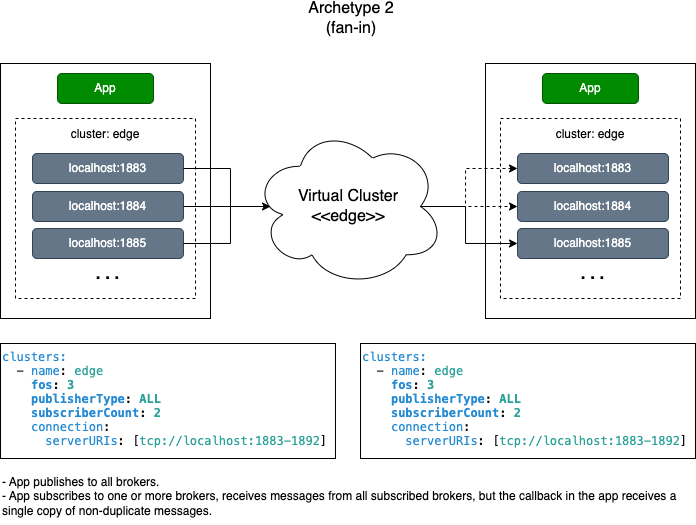
Before: images/mqtt-archetype2.drawio.png, a diagram exported from draw.io (padogrid/bundle-mosquitto-tutorial-virtual-clusters). Source tidied: cells renumbered, new cells last; positions are measured from the earlier drawing's top-left corner, leaving out a move shared by most shapes.
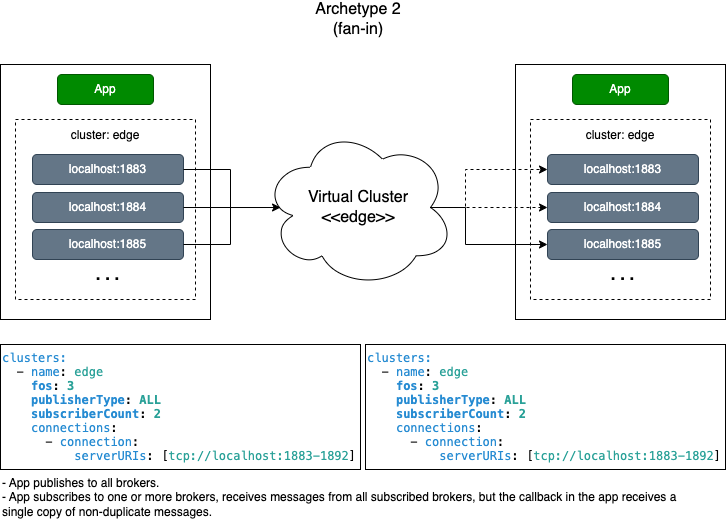
The same file after the commit.

Change to the diagram source:
```diff
@@ -3,7 +3,7 @@
     <mxCell id="0" />
     <mxCell id="1" parent="0" />
     <mxCell id="2" style="group;" parent="1" vertex="1">
-      <mxGeometry x="485" y="60" width="210" height="255" as="geometry" />
+      <mxGeometry x="515" y="60" width="210" height="255" as="geometry" />
     </mxCell>
     <mxCell id="3" style="rounded=0;whiteSpace=wrap;html=1;strokeColor=default;" parent="2" vertex="1">
       <mxGeometry width="210" height="255" as="geometry" />
@@ -26,17 +26,17 @@
     <mxCell id="9" value=". . ." style="text;html=1;strokeColor=none;fillColor=none;align=center;verticalAlign=middle;whiteSpace=wrap;rounded=0;fontSize=17;fontColor=#000000;fontStyle=1;" parent="2" vertex="1">
       <mxGeometry x="75" y="190" width="65" height="40" as="geometry" />
     </mxCell>
-    <mxCell id="10" value="&lt;p style=&quot;margin: 0px; font-variant-numeric: normal; font-variant-east-asian: normal; font-stretch: normal; line-height: normal; font-family: Menlo; color: rgb(38, 139, 210);&quot; class=&quot;p1&quot;&gt;&lt;font style=&quot;font-size: 12px;&quot;&gt;clusters:&lt;/font&gt;&lt;/p&gt;&lt;p style=&quot;margin: 0px; font-variant-numeric: normal; font-variant-east-asian: normal; font-stretch: normal; line-height: normal; font-family: Menlo;&quot; class=&quot;p2&quot;&gt;&lt;font style=&quot;font-size: 12px;&quot;&gt;&lt;span class=&quot;Apple-converted-space&quot;&gt;&amp;nbsp; &lt;/span&gt;- &lt;span style=&quot;color: rgb(38, 139, 210);&quot; class=&quot;s2&quot;&gt;name&lt;/span&gt;: &lt;span style=&quot;color: rgb(42, 161, 152);&quot; class=&quot;s3&quot;&gt;edge&lt;/span&gt;&lt;/font&gt;&lt;/p&gt;&lt;p style=&quot;margin: 0px; font-variant-numeric: normal; font-variant-east-asian: normal; font-stretch: normal; line-height: normal; font-family: Menlo;&quot; class=&quot;p2&quot;&gt;&lt;font style=&quot;font-size: 12px;&quot;&gt;&lt;span style=&quot;color: rgb(42, 161, 152);&quot; class=&quot;s3&quot;&gt;&lt;/span&gt;&lt;/font&gt;&lt;/p&gt;&lt;p style=&quot;border-color: var(--border-color); font-variant-numeric: normal; font-variant-east-asian: normal; font-stretch: normal; line-height: normal; font-family: Menlo; margin: 0px;&quot; class=&quot;p2&quot;&gt;&lt;font style=&quot;border-color: var(--border-color);&quot;&gt;&lt;b&gt;&amp;nbsp; &amp;nbsp;&amp;nbsp;&lt;span style=&quot;border-color: var(--border-color); color: rgb(38, 139, 210);&quot; class=&quot;s2&quot;&gt;fos&lt;/span&gt;: &lt;font style=&quot;&quot; color=&quot;#2aa198&quot;&gt;3&lt;/font&gt;&lt;/b&gt;&lt;/font&gt;&lt;/p&gt;&lt;p style=&quot;border-color: var(--border-color); font-variant-numeric: normal; font-variant-east-asian: normal; font-stretch: normal; line-height: normal; font-family: Menlo; margin: 0px;&quot; class=&quot;p2&quot;&gt;&lt;font style=&quot;border-color: var(--border-color);&quot;&gt;&lt;b&gt;&lt;span style=&quot;border-color: var(--border-color); color: rgb(42, 161, 152);&quot; class=&quot;s3&quot;&gt;&lt;/span&gt;&lt;/b&gt;&lt;/font&gt;&lt;/p&gt;&lt;p style=&quot;border-color: var(--border-color); font-variant-numeric: normal; font-variant-east-asian: normal; font-stretch: normal; line-height: normal; font-family: Menlo; margin: 0px;&quot; class=&quot;p2&quot;&gt;&lt;span style=&quot;background-color: initial;&quot;&gt;&lt;b&gt;&amp;nbsp; &amp;nbsp;&amp;nbsp;&lt;span style=&quot;border-color: var(--border-color); color: rgb(38, 139, 210);&quot; class=&quot;s2&quot;&gt;publisherType&lt;/span&gt;:&amp;nbsp;&lt;span style=&quot;border-color: var(--border-color); color: rgb(42, 161, 152);&quot; class=&quot;s3&quot;&gt;ALL&lt;/span&gt;&lt;/b&gt;&lt;/span&gt;&lt;/p&gt;&lt;p style=&quot;border-color: var(--border-color); font-variant-numeric: normal; font-variant-east-asian: normal; font-stretch: normal; line-height: normal; font-family: Menlo; margin: 0px;&quot; class=&quot;p2&quot;&gt;&lt;b&gt;&lt;span style=&quot;border-color: var(--border-color);&quot; class=&quot;s2&quot;&gt;&amp;nbsp; &amp;nbsp;&amp;nbsp;&lt;/span&gt;&lt;span style=&quot;border-color: var(--border-color); color: rgb(38, 139, 210);&quot; class=&quot;s2&quot;&gt;subscriberCount&lt;/span&gt;:&amp;nbsp;&lt;span style=&quot;border-color: var(--border-color); color: rgb(42, 161, 152);&quot; class=&quot;s3&quot;&gt;2&lt;/span&gt;&lt;/b&gt;&lt;/p&gt;&lt;p style=&quot;margin: 0px; font-variant-numeric: normal; font-variant-east-asian: normal; font-stretch: normal; line-height: normal; font-family: Menlo; color: rgb(38, 139, 210);&quot; class=&quot;p1&quot;&gt;&lt;font style=&quot;font-size: 12px;&quot;&gt;&lt;span style=&quot;color: rgb(0, 0, 0);&quot; class=&quot;s1&quot;&gt;&amp;nbsp; &amp;nbsp; &lt;/span&gt;connection&lt;span style=&quot;color: rgb(0, 0, 0);&quot; class=&quot;s1&quot;&gt;:&lt;/span&gt;&lt;/font&gt;&lt;/p&gt;&lt;p style=&quot;margin: 0px; font-variant-numeric: normal; font-variant-east-asian: normal; font-stretch: normal; line-height: normal; font-family: Menlo; color: rgb(42, 161, 152);&quot; class=&quot;p3&quot;&gt;&lt;font style=&quot;font-size: 12px;&quot;&gt;&lt;span style=&quot;color: rgb(0, 0, 0);&quot; class=&quot;s1&quot;&gt;&amp;nbsp; &amp;nbsp; &amp;nbsp; &lt;/span&gt;&lt;span style=&quot;color: rgb(38, 139, 210);&quot; class=&quot;s2&quot;&gt;serverURIs&lt;/span&gt;&lt;span style=&quot;color: rgb(0, 0, 0);&quot; class=&quot;s1&quot;&gt;: [&lt;/span&gt;tcp://localhost:1883-1892&lt;span style=&quot;color: rgb(0, 0, 0);&quot; class=&quot;s1&quot;&gt;]&lt;/span&gt;&lt;/font&gt;&lt;/p&gt;" style="text;html=1;strokeColor=default;fillColor=none;align=left;verticalAlign=top;whiteSpace=wrap;rounded=0;fontSize=12;fontColor=#000000;" parent="1" vertex="1">
-      <mxGeometry y="340" width="335" height="115" as="geometry" />
+    <mxCell id="10" value="&lt;p style=&quot;margin: 0px; font-variant-numeric: normal; font-variant-east-asian: normal; font-stretch: normal; line-height: normal; font-family: Menlo; color: rgb(38, 139, 210);&quot; class=&quot;p1&quot;&gt;&lt;font style=&quot;font-size: 12px;&quot;&gt;clusters:&lt;/font&gt;&lt;/p&gt;&lt;p style=&quot;margin: 0px; font-variant-numeric: normal; font-variant-east-asian: normal; font-stretch: normal; line-height: normal; font-family: Menlo;&quot; class=&quot;p2&quot;&gt;&lt;font style=&quot;font-size: 12px;&quot;&gt;&lt;span class=&quot;Apple-converted-space&quot;&gt;&amp;nbsp; &lt;/span&gt;- &lt;span style=&quot;color: rgb(38, 139, 210);&quot; class=&quot;s2&quot;&gt;name&lt;/span&gt;: &lt;span style=&quot;color: rgb(42, 161, 152);&quot; class=&quot;s3&quot;&gt;edge&lt;/span&gt;&lt;/font&gt;&lt;/p&gt;&lt;p style=&quot;margin: 0px; font-variant-numeric: normal; font-variant-east-asian: normal; font-stretch: normal; line-height: normal; font-family: Menlo;&quot; class=&quot;p2&quot;&gt;&lt;font style=&quot;font-size: 12px;&quot;&gt;&lt;span style=&quot;color: rgb(42, 161, 152);&quot; class=&quot;s3&quot;&gt;&lt;/span&gt;&lt;/font&gt;&lt;/p&gt;&lt;p style=&quot;border-color: var(--border-color); font-variant-numeric: normal; font-variant-east-asian: normal; font-stretch: normal; line-height: normal; font-family: Menlo; margin: 0px;&quot; class=&quot;p2&quot;&gt;&lt;font style=&quot;border-color: var(--border-color);&quot;&gt;&lt;b&gt;&amp;nbsp; &amp;nbsp;&amp;nbsp;&lt;span style=&quot;border-color: var(--border-color); color: rgb(38, 139, 210);&quot; class=&quot;s2&quot;&gt;fos&lt;/span&gt;: &lt;font style=&quot;&quot; color=&quot;#2aa198&quot;&gt;3&lt;/font&gt;&lt;/b&gt;&lt;/font&gt;&lt;/p&gt;&lt;p style=&quot;border-color: var(--border-color); font-variant-numeric: normal; font-variant-east-asian: normal; font-stretch: normal; line-height: normal; font-family: Menlo; margin: 0px;&quot; class=&quot;p2&quot;&gt;&lt;font style=&quot;border-color: var(--border-color);&quot;&gt;&lt;b&gt;&lt;span style=&quot;border-color: var(--border-color); color: rgb(42, 161, 152);&quot; class=&quot;s3&quot;&gt;&lt;/span&gt;&lt;/b&gt;&lt;/font&gt;&lt;/p&gt;&lt;p style=&quot;border-color: var(--border-color); font-variant-numeric: normal; font-variant-east-asian: normal; font-stretch: normal; line-height: normal; font-family: Menlo; margin: 0px;&quot; class=&quot;p2&quot;&gt;&lt;span style=&quot;background-color: initial;&quot;&gt;&lt;b&gt;&amp;nbsp; &amp;nbsp;&amp;nbsp;&lt;span style=&quot;border-color: var(--border-color); color: rgb(38, 139, 210);&quot; class=&quot;s2&quot;&gt;publisherType&lt;/span&gt;:&amp;nbsp;&lt;span style=&quot;border-color: var(--border-color); color: rgb(42, 161, 152);&quot; class=&quot;s3&quot;&gt;ALL&lt;/span&gt;&lt;/b&gt;&lt;/span&gt;&lt;/p&gt;&lt;p style=&quot;border-color: var(--border-color); font-variant-numeric: normal; font-variant-east-asian: normal; font-stretch: normal; line-height: normal; font-family: Menlo; margin: 0px;&quot; class=&quot;p2&quot;&gt;&lt;b&gt;&lt;span style=&quot;border-color: var(--border-color);&quot; class=&quot;s2&quot;&gt;&amp;nbsp; &amp;nbsp;&amp;nbsp;&lt;/span&gt;&lt;span style=&quot;border-color: var(--border-color); color: rgb(38, 139, 210);&quot; class=&quot;s2&quot;&gt;subscriberCount&lt;/span&gt;:&amp;nbsp;&lt;span style=&quot;border-color: var(--border-color); color: rgb(42, 161, 152);&quot; class=&quot;s3&quot;&gt;2&lt;/span&gt;&lt;/b&gt;&lt;/p&gt;&lt;p style=&quot;border-color: var(--border-color); font-variant-numeric: normal; font-variant-east-asian: normal; font-stretch: normal; line-height: normal; font-family: Menlo; margin: 0px;&quot; class=&quot;p2&quot;&gt;&amp;nbsp; &amp;nbsp;&amp;nbsp;&lt;span style=&quot;color: rgb(38, 139, 210);&quot;&gt;connections&lt;/span&gt;&lt;span style=&quot;border-color: var(--border-color);&quot; class=&quot;s1&quot;&gt;:&lt;/span&gt;&lt;b&gt;&lt;span style=&quot;border-color: var(--border-color); color: rgb(42, 161, 152);&quot; class=&quot;s3&quot;&gt;&lt;br&gt;&lt;/span&gt;&lt;/b&gt;&lt;/p&gt;&lt;p style=&quot;margin: 0px; font-variant-numeric: normal; font-variant-east-asian: normal; font-stretch: normal; line-height: normal; font-family: Menlo; color: rgb(38, 139, 210);&quot; class=&quot;p1&quot;&gt;&lt;font style=&quot;font-size: 12px;&quot;&gt;&lt;span style=&quot;color: rgb(0, 0, 0);&quot; class=&quot;s1&quot;&gt;&amp;nbsp; &amp;nbsp; &amp;nbsp; -&amp;nbsp;&lt;/span&gt;connection&lt;span style=&quot;color: rgb(0, 0, 0);&quot; class=&quot;s1&quot;&gt;:&lt;/span&gt;&lt;/font&gt;&lt;/p&gt;&lt;p style=&quot;margin: 0px; font-variant-numeric: normal; font-variant-east-asian: normal; font-stretch: normal; line-height: normal; font-family: Menlo; color: rgb(42, 161, 152);&quot; class=&quot;p3&quot;&gt;&lt;font style=&quot;font-size: 12px;&quot;&gt;&lt;span style=&quot;color: rgb(0, 0, 0);&quot; class=&quot;s1&quot;&gt;&amp;nbsp; &amp;nbsp; &amp;nbsp; &amp;nbsp; &amp;nbsp;&amp;nbsp;&lt;/span&gt;&lt;span style=&quot;color: rgb(38, 139, 210);&quot; class=&quot;s2&quot;&gt;serverURIs&lt;/span&gt;&lt;span style=&quot;color: rgb(0, 0, 0);&quot; class=&quot;s1&quot;&gt;: [&lt;/span&gt;tcp://localhost:1883-1892&lt;span style=&quot;color: rgb(0, 0, 0);&quot; class=&quot;s1&quot;&gt;]&lt;/span&gt;&lt;/font&gt;&lt;/p&gt;" style="text;html=1;strokeColor=default;fillColor=none;align=left;verticalAlign=top;whiteSpace=wrap;rounded=0;fontSize=12;fontColor=#000000;" parent="1" vertex="1">
+      <mxGeometry y="340" width="360" height="125" as="geometry" />
     </mxCell>
     <mxCell id="11" style="edgeStyle=orthogonalEdgeStyle;rounded=0;jettySize=auto;html=1;entryX=0;entryY=0.5;entryDx=0;entryDy=0;dashed=1;fontSize=16;fontColor=#000000;startArrow=none;startFill=0;endArrow=classic;endFill=1;exitX=0.875;exitY=0.5;exitDx=0;exitDy=0;exitPerimeter=0;" parent="1" edge="1" source="12" target="7">
       <mxGeometry relative="1" as="geometry" />
     </mxCell>
     <mxCell id="12" value="Virtual Cluster&lt;br&gt;&amp;lt;&amp;lt;edge&amp;gt;&amp;gt;" style="ellipse;shape=cloud;whiteSpace=wrap;html=1;fontSize=16;verticalAlign=middle;" parent="1" vertex="1">
-      <mxGeometry x="252" y="122.5" width="192" height="161" as="geometry" />
+      <mxGeometry x="262" y="122.5" width="192" height="161" as="geometry" />
     </mxCell>
     <mxCell id="13" value="Archetype 2&lt;br&gt;(fan-in)" style="text;html=1;strokeColor=none;fillColor=none;align=center;verticalAlign=middle;whiteSpace=wrap;rounded=0;fontSize=16;fontColor=#000000;" parent="1" vertex="1">
-      <mxGeometry x="191" width="320" height="30" as="geometry" />
+      <mxGeometry x="198" width="320" height="30" as="geometry" />
     </mxCell>
     <mxCell id="14" value="- App publishes to all brokers.&amp;nbsp;&lt;br&gt;- App subscribes to one or more brokers, receives messages from all subscribed brokers, but the callback in the app receives a single copy of non-duplicate messages." style="text;html=1;strokeColor=none;fillColor=none;align=left;verticalAlign=top;whiteSpace=wrap;rounded=0;fontSize=12;fontColor=#000000;" parent="1" vertex="1">
       <mxGeometry y="465" width="690" height="55" as="geometry" />
@@ -65,8 +65,8 @@
     <mxCell id="22" value=". . ." style="text;html=1;strokeColor=none;fillColor=none;align=center;verticalAlign=middle;whiteSpace=wrap;rounded=0;fontSize=17;fontColor=#000000;fontStyle=1;" parent="15" vertex="1">
       <mxGeometry x="75" y="190" width="65" height="40" as="geometry" />
     </mxCell>
-    <mxCell id="23" value="&lt;p style=&quot;margin: 0px; font-variant-numeric: normal; font-variant-east-asian: normal; font-stretch: normal; line-height: normal; font-family: Menlo; color: rgb(38, 139, 210);&quot; class=&quot;p1&quot;&gt;&lt;font style=&quot;font-size: 12px;&quot;&gt;clusters:&lt;/font&gt;&lt;/p&gt;&lt;p style=&quot;margin: 0px; font-variant-numeric: normal; font-variant-east-asian: normal; font-stretch: normal; line-height: normal; font-family: Menlo;&quot; class=&quot;p2&quot;&gt;&lt;font style=&quot;font-size: 12px;&quot;&gt;&lt;span class=&quot;Apple-converted-space&quot;&gt;&amp;nbsp; &lt;/span&gt;- &lt;span style=&quot;color: rgb(38, 139, 210);&quot; class=&quot;s2&quot;&gt;name&lt;/span&gt;: &lt;span style=&quot;color: rgb(42, 161, 152);&quot; class=&quot;s3&quot;&gt;edge&lt;/span&gt;&lt;/font&gt;&lt;/p&gt;&lt;p style=&quot;margin: 0px; font-variant-numeric: normal; font-variant-east-asian: normal; font-stretch: normal; line-height: normal; font-family: Menlo;&quot; class=&quot;p2&quot;&gt;&lt;font style=&quot;font-size: 12px;&quot;&gt;&lt;span style=&quot;color: rgb(42, 161, 152);&quot; class=&quot;s3&quot;&gt;&lt;/span&gt;&lt;/font&gt;&lt;/p&gt;&lt;p style=&quot;border-color: var(--border-color); font-variant-numeric: normal; font-variant-east-asian: normal; font-stretch: normal; line-height: normal; font-family: Menlo; margin: 0px;&quot; class=&quot;p2&quot;&gt;&lt;font style=&quot;border-color: var(--border-color);&quot;&gt;&lt;b&gt;&amp;nbsp; &amp;nbsp;&amp;nbsp;&lt;span style=&quot;border-color: var(--border-color); color: rgb(38, 139, 210);&quot; class=&quot;s2&quot;&gt;fos&lt;/span&gt;: &lt;font style=&quot;&quot; color=&quot;#2aa198&quot;&gt;3&lt;/font&gt;&lt;/b&gt;&lt;/font&gt;&lt;/p&gt;&lt;p style=&quot;border-color: var(--border-color); font-variant-numeric: normal; font-variant-east-asian: normal; font-stretch: normal; line-height: normal; font-family: Menlo; margin: 0px;&quot; class=&quot;p2&quot;&gt;&lt;font style=&quot;border-color: var(--border-color);&quot;&gt;&lt;b&gt;&lt;span style=&quot;border-color: var(--border-color); color: rgb(42, 161, 152);&quot; class=&quot;s3&quot;&gt;&lt;/span&gt;&lt;/b&gt;&lt;/font&gt;&lt;/p&gt;&lt;p style=&quot;border-color: var(--border-color); font-variant-numeric: normal; font-variant-east-asian: normal; font-stretch: normal; line-height: normal; font-family: Menlo; margin: 0px;&quot; class=&quot;p2&quot;&gt;&lt;span style=&quot;background-color: initial;&quot;&gt;&lt;b&gt;&amp;nbsp; &amp;nbsp;&amp;nbsp;&lt;span style=&quot;border-color: var(--border-color); color: rgb(38, 139, 210);&quot; class=&quot;s2&quot;&gt;publisherType&lt;/span&gt;:&amp;nbsp;&lt;span style=&quot;border-color: var(--border-color); color: rgb(42, 161, 152);&quot; class=&quot;s3&quot;&gt;ALL&lt;/span&gt;&lt;/b&gt;&lt;/span&gt;&lt;/p&gt;&lt;p style=&quot;border-color: var(--border-color); font-variant-numeric: normal; font-variant-east-asian: normal; font-stretch: normal; line-height: normal; font-family: Menlo; margin: 0px;&quot; class=&quot;p2&quot;&gt;&lt;b&gt;&lt;span style=&quot;border-color: var(--border-color);&quot; class=&quot;s2&quot;&gt;&amp;nbsp; &amp;nbsp;&amp;nbsp;&lt;/span&gt;&lt;span style=&quot;border-color: var(--border-color); color: rgb(38, 139, 210);&quot; class=&quot;s2&quot;&gt;subscriberCount&lt;/span&gt;:&amp;nbsp;&lt;span style=&quot;border-color: var(--border-color); color: rgb(42, 161, 152);&quot; class=&quot;s3&quot;&gt;2&lt;/span&gt;&lt;/b&gt;&lt;/p&gt;&lt;p style=&quot;margin: 0px; font-variant-numeric: normal; font-variant-east-asian: normal; font-stretch: normal; line-height: normal; font-family: Menlo; color: rgb(38, 139, 210);&quot; class=&quot;p1&quot;&gt;&lt;font style=&quot;font-size: 12px;&quot;&gt;&lt;span style=&quot;color: rgb(0, 0, 0);&quot; class=&quot;s1&quot;&gt;&amp;nbsp; &amp;nbsp; &lt;/span&gt;connection&lt;span style=&quot;color: rgb(0, 0, 0);&quot; class=&quot;s1&quot;&gt;:&lt;/span&gt;&lt;/font&gt;&lt;/p&gt;&lt;p style=&quot;margin: 0px; font-variant-numeric: normal; font-variant-east-asian: normal; font-stretch: normal; line-height: normal; font-family: Menlo; color: rgb(42, 161, 152);&quot; class=&quot;p3&quot;&gt;&lt;font style=&quot;font-size: 12px;&quot;&gt;&lt;span style=&quot;color: rgb(0, 0, 0);&quot; class=&quot;s1&quot;&gt;&amp;nbsp; &amp;nbsp; &amp;nbsp; &lt;/span&gt;&lt;span style=&quot;color: rgb(38, 139, 210);&quot; class=&quot;s2&quot;&gt;serverURIs&lt;/span&gt;&lt;span style=&quot;color: rgb(0, 0, 0);&quot; class=&quot;s1&quot;&gt;: [&lt;/span&gt;tcp://localhost:1883-1892&lt;span style=&quot;color: rgb(0, 0, 0);&quot; class=&quot;s1&quot;&gt;]&lt;/span&gt;&lt;/font&gt;&lt;/p&gt;" style="text;html=1;strokeColor=default;fillColor=none;align=left;verticalAlign=top;whiteSpace=wrap;rounded=0;fontSize=12;fontColor=#000000;" parent="1" vertex="1">
-      <mxGeometry x="360" y="340" width="335" height="115" as="geometry" />
+    <mxCell id="23" value="&lt;p style=&quot;margin: 0px; font-variant-numeric: normal; font-variant-east-asian: normal; font-stretch: normal; line-height: normal; font-family: Menlo; color: rgb(38, 139, 210);&quot; class=&quot;p1&quot;&gt;&lt;font style=&quot;font-size: 12px;&quot;&gt;clusters:&lt;/font&gt;&lt;/p&gt;&lt;p style=&quot;margin: 0px; font-variant-numeric: normal; font-variant-east-asian: normal; font-stretch: normal; line-height: normal; font-family: Menlo;&quot; class=&quot;p2&quot;&gt;&lt;font style=&quot;font-size: 12px;&quot;&gt;&lt;span class=&quot;Apple-converted-space&quot;&gt;&amp;nbsp; &lt;/span&gt;- &lt;span style=&quot;color: rgb(38, 139, 210);&quot; class=&quot;s2&quot;&gt;name&lt;/span&gt;: &lt;span style=&quot;color: rgb(42, 161, 152);&quot; class=&quot;s3&quot;&gt;edge&lt;/span&gt;&lt;/font&gt;&lt;/p&gt;&lt;p style=&quot;margin: 0px; font-variant-numeric: normal; font-variant-east-asian: normal; font-stretch: normal; line-height: normal; font-family: Menlo;&quot; class=&quot;p2&quot;&gt;&lt;font style=&quot;font-size: 12px;&quot;&gt;&lt;span style=&quot;color: rgb(42, 161, 152);&quot; class=&quot;s3&quot;&gt;&lt;/span&gt;&lt;/font&gt;&lt;/p&gt;&lt;p style=&quot;border-color: var(--border-color); font-variant-numeric: normal; font-variant-east-asian: normal; font-stretch: normal; line-height: normal; font-family: Menlo; margin: 0px;&quot; class=&quot;p2&quot;&gt;&lt;font style=&quot;border-color: var(--border-color);&quot;&gt;&lt;b&gt;&amp;nbsp; &amp;nbsp;&amp;nbsp;&lt;span style=&quot;border-color: var(--border-color); color: rgb(38, 139, 210);&quot; class=&quot;s2&quot;&gt;fos&lt;/span&gt;: &lt;font style=&quot;&quot; color=&quot;#2aa198&quot;&gt;3&lt;/font&gt;&lt;/b&gt;&lt;/font&gt;&lt;/p&gt;&lt;p style=&quot;border-color: var(--border-color); font-variant-numeric: normal; font-variant-east-asian: normal; font-stretch: normal; line-height: normal; font-family: Menlo; margin: 0px;&quot; class=&quot;p2&quot;&gt;&lt;font style=&quot;border-color: var(--border-color);&quot;&gt;&lt;b&gt;&lt;span style=&quot;border-color: var(--border-color); color: rgb(42, 161, 152);&quot; class=&quot;s3&quot;&gt;&lt;/span&gt;&lt;/b&gt;&lt;/font&gt;&lt;/p&gt;&lt;p style=&quot;border-color: var(--border-color); font-variant-numeric: normal; font-variant-east-asian: normal; font-stretch: normal; line-height: normal; font-family: Menlo; margin: 0px;&quot; class=&quot;p2&quot;&gt;&lt;span style=&quot;background-color: initial;&quot;&gt;&lt;b&gt;&amp;nbsp; &amp;nbsp;&amp;nbsp;&lt;span style=&quot;border-color: var(--border-color); color: rgb(38, 139, 210);&quot; class=&quot;s2&quot;&gt;publisherType&lt;/span&gt;:&amp;nbsp;&lt;span style=&quot;border-color: var(--border-color); color: rgb(42, 161, 152);&quot; class=&quot;s3&quot;&gt;ALL&lt;/span&gt;&lt;/b&gt;&lt;/span&gt;&lt;/p&gt;&lt;p style=&quot;border-color: var(--border-color); font-variant-numeric: normal; font-variant-east-asian: normal; font-stretch: normal; line-height: normal; font-family: Menlo; margin: 0px;&quot; class=&quot;p2&quot;&gt;&lt;b&gt;&lt;span style=&quot;border-color: var(--border-color);&quot; class=&quot;s2&quot;&gt;&amp;nbsp; &amp;nbsp;&amp;nbsp;&lt;/span&gt;&lt;span style=&quot;border-color: var(--border-color); color: rgb(38, 139, 210);&quot; class=&quot;s2&quot;&gt;subscriberCount&lt;/span&gt;:&amp;nbsp;&lt;span style=&quot;border-color: var(--border-color); color: rgb(42, 161, 152);&quot; class=&quot;s3&quot;&gt;2&lt;/span&gt;&lt;/b&gt;&lt;/p&gt;&lt;p style=&quot;border-color: var(--border-color); font-variant-numeric: normal; font-variant-east-asian: normal; font-stretch: normal; line-height: normal; font-family: Menlo; margin: 0px;&quot; class=&quot;p2&quot;&gt;&amp;nbsp; &amp;nbsp;&amp;nbsp;&lt;span style=&quot;color: rgb(38, 139, 210);&quot;&gt;connections&lt;/span&gt;&lt;span style=&quot;border-color: var(--border-color);&quot; class=&quot;s1&quot;&gt;:&lt;/span&gt;&lt;b&gt;&lt;span style=&quot;border-color: var(--border-color); color: rgb(42, 161, 152);&quot; class=&quot;s3&quot;&gt;&lt;br&gt;&lt;/span&gt;&lt;/b&gt;&lt;/p&gt;&lt;p style=&quot;margin: 0px; font-variant-numeric: normal; font-variant-east-asian: normal; font-stretch: normal; line-height: normal; font-family: Menlo; color: rgb(38, 139, 210);&quot; class=&quot;p1&quot;&gt;&lt;font style=&quot;font-size: 12px;&quot;&gt;&lt;span style=&quot;color: rgb(0, 0, 0);&quot; class=&quot;s1&quot;&gt;&amp;nbsp; &amp;nbsp; &amp;nbsp; -&amp;nbsp;&lt;/span&gt;connection&lt;span style=&quot;color: rgb(0, 0, 0);&quot; class=&quot;s1&quot;&gt;:&lt;/span&gt;&lt;/font&gt;&lt;/p&gt;&lt;p style=&quot;margin: 0px; font-variant-numeric: normal; font-variant-east-asian: normal; font-stretch: normal; line-height: normal; font-family: Menlo; color: rgb(42, 161, 152);&quot; class=&quot;p3&quot;&gt;&lt;font style=&quot;font-size: 12px;&quot;&gt;&lt;span style=&quot;color: rgb(0, 0, 0);&quot; class=&quot;s1&quot;&gt;&amp;nbsp; &amp;nbsp; &amp;nbsp; &amp;nbsp; &amp;nbsp;&amp;nbsp;&lt;/span&gt;&lt;span style=&quot;color: rgb(38, 139, 210);&quot; class=&quot;s2&quot;&gt;serverURIs&lt;/span&gt;&lt;span style=&quot;color: rgb(0, 0, 0);&quot; class=&quot;s1&quot;&gt;: [&lt;/span&gt;tcp://localhost:1883-1892&lt;span style=&quot;color: rgb(0, 0, 0);&quot; class=&quot;s1&quot;&gt;]&lt;/span&gt;&lt;/font&gt;&lt;/p&gt;" style="text;html=1;strokeColor=default;fillColor=none;align=left;verticalAlign=top;whiteSpace=wrap;rounded=0;fontSize=12;fontColor=#000000;" parent="1" vertex="1">
+      <mxGeometry x="365" y="340" width="360" height="125" as="geometry" />
     </mxCell>
     <mxCell id="24" style="edgeStyle=orthogonalEdgeStyle;rounded=0;jettySize=auto;html=1;fontSize=16;fontColor=#000000;startArrow=none;startFill=0;endArrow=none;endFill=0;" parent="1" edge="1" source="20">
       <mxGeometry relative="1" as="geometry">
```
